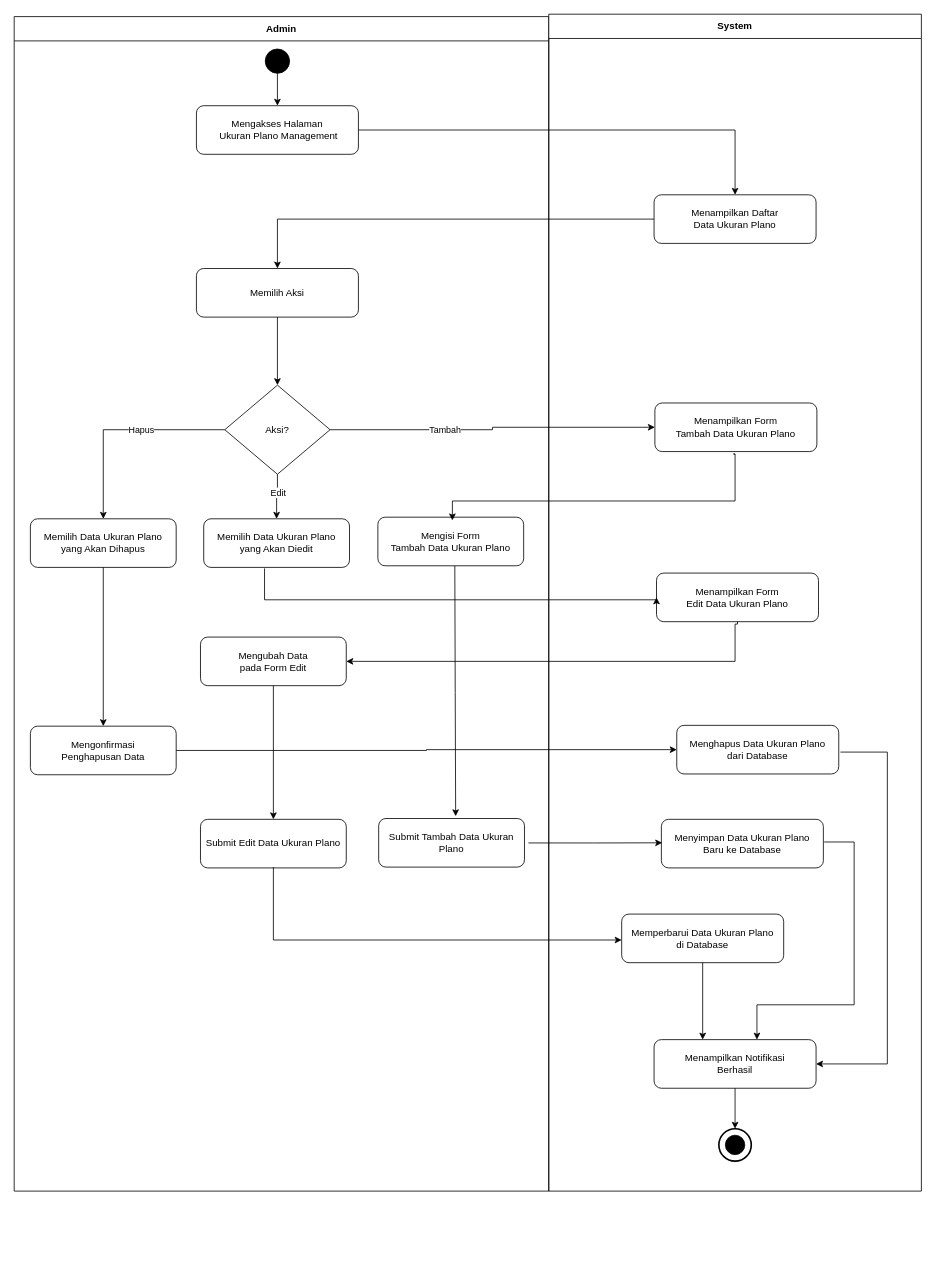
Earlier version of the draw.io diagram client/src/diagram/activity/AD_Admin_Mengelola_Ukuran_Plano.drawio (Fahrul23/BenuaKertasApps). Source tidied: cells renumbered, new cells numbered last; positions are measured from the earlier drawing's top-left corner, leaving out a move shared by most shapes. Both pictures are drawn from the tidied source at 81%, with x=0, y=0 at pixel (14, 14).
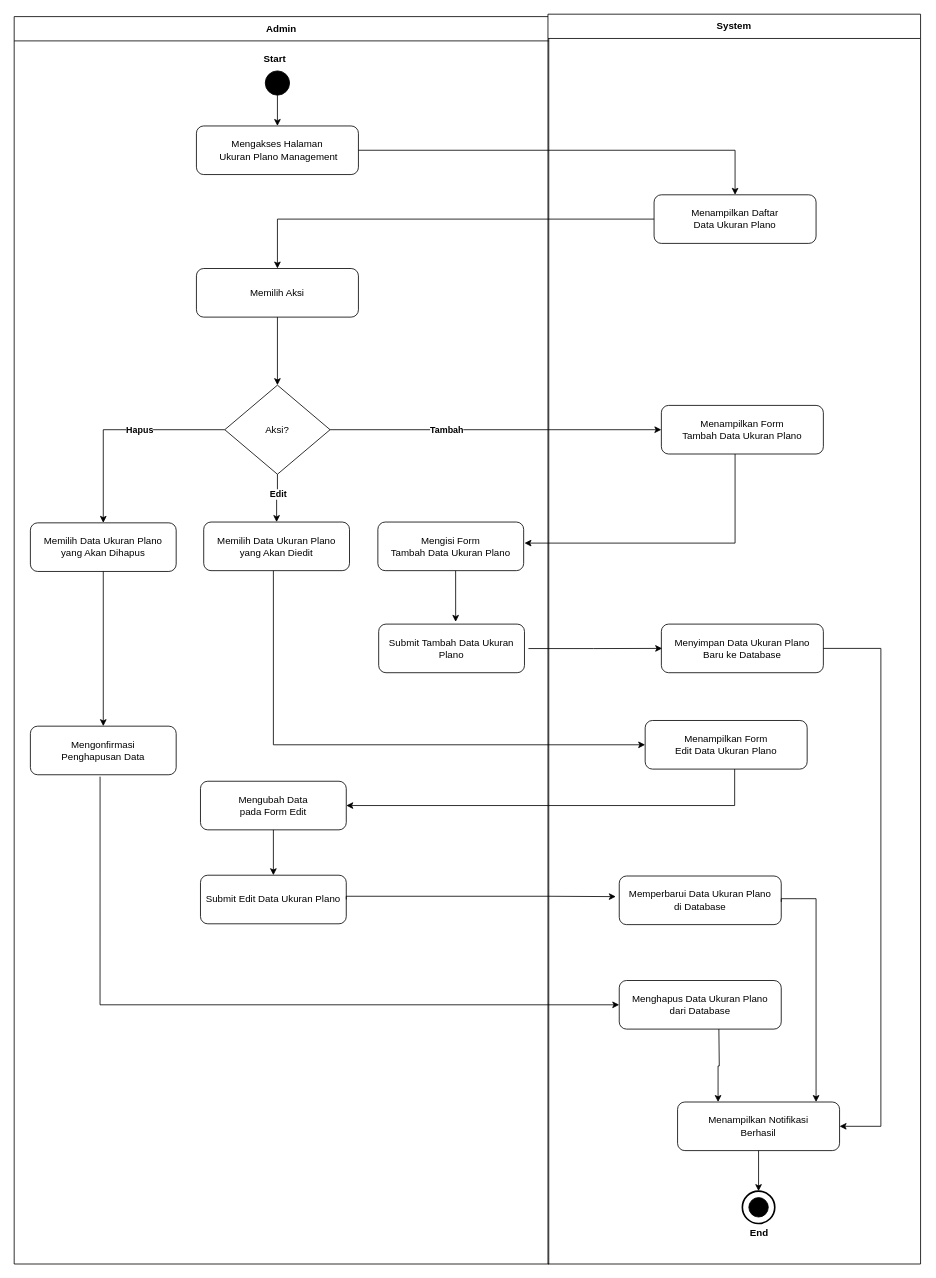
The same page after the edit.

The change refers to these unchanged cells:
```xml
<mxCell id="20" value="Aksi?" style="rhombus;whiteSpace=wrap;html=1;fillColor=#ffffff;strokeColor=#000000;fontColor=#000000;" parent="1" vertex="1">
  <mxGeometry x="260" y="458" width="130" height="110" as="geometry" />
</mxCell>
<mxCell id="25" value="Mengonfirmasi&lt;br&gt;Penghapusan Data" style="rounded=1;whiteSpace=wrap;html=1;fillColor=#ffffff;strokeColor=#000000;fontColor=#000000;" parent="1" vertex="1">
  <mxGeometry x="20" y="879" width="180" height="60" as="geometry" />
</mxCell>
<mxCell id="34" style="edgeStyle=orthogonalEdgeStyle;rounded=0;html=1;strokeColor=#000000;exitX=0.5;exitY=1;exitDx=0;exitDy=0;entryX=0.5;entryY=0;entryDx=0;entryDy=0;" parent="1" edge="1" source="20" target="22">
  <mxGeometry relative="1" as="geometry" />
</mxCell>
<mxCell id="36" style="edgeStyle=orthogonalEdgeStyle;rounded=0;html=1;strokeColor=#000000;exitX=0;exitY=0.5;exitDx=0;exitDy=0;entryX=0.5;entryY=0;entryDx=0;entryDy=0;" parent="1" edge="1" source="20" target="24">
  <mxGeometry relative="1" as="geometry">
    <Array as="points">
      <mxPoint x="110" y="513" />
      <mxPoint x="110" y="623" />
    </Array>
  </mxGeometry>
</mxCell>
```

Diff of the diagram source:
```diff
@@
     <mxCell id="2" value="Admin" style="swimlane;whiteSpace=wrap;html=1;startSize=30;fillColor=#ffffff;strokeColor=#000000;fontColor=#000000;fontStyle=1;" parent="1" vertex="1">
-      <mxGeometry y="3" width="660" height="1450" as="geometry" />
+      <mxGeometry y="3" width="660" height="1540" as="geometry" />
     </mxCell>
     <mxCell id="3" value="Submit Tambah Data Ukuran Plano" style="rounded=1;whiteSpace=wrap;html=1;fillColor=#ffffff;strokeColor=#000000;fontColor=#000000;" parent="2" vertex="1">
-      <mxGeometry x="450" y="990" width="180" height="60" as="geometry" />
+      <mxGeometry x="450" y="750" width="180" height="60" as="geometry" />
     </mxCell>
     <mxCell id="4" style="edgeStyle=orthogonalEdgeStyle;rounded=0;html=1;strokeColor=#000000;exitX=0.5;exitY=1;exitDx=0;exitDy=0;entryX=0.528;entryY=-0.046;entryDx=0;entryDy=0;entryPerimeter=0;" parent="2" edge="1" target="3">
       <mxGeometry relative="1" as="geometry">
         <mxPoint x="544" y="678" as="sourcePoint" />
+        <Array as="points">
+          <mxPoint x="545" y="678" />
+        </Array>
       </mxGeometry>
     </mxCell>
+    <mxCell id="47" value="&lt;b&gt;Start&lt;/b&gt;" style="text;html=1;whiteSpace=wrap;strokeColor=none;fillColor=none;align=center;verticalAlign=middle;rounded=0;" parent="2" vertex="1">
+      <mxGeometry x="292" y="38" width="60" height="30" as="geometry" />
+    </mxCell>
+    <mxCell id="48" style="edgeStyle=orthogonalEdgeStyle;rounded=0;html=1;strokeColor=#000000;exitX=0.5;exitY=1;exitDx=0;exitDy=0;entryX=0;entryY=0.5;entryDx=0;entryDy=0;" parent="2" edge="1" target="15">
+      <mxGeometry relative="1" as="geometry">
+        <mxPoint x="321.5" y="681" as="sourcePoint" />
+        <Array as="points">
+          <mxPoint x="320" y="681" />
+          <mxPoint x="320" y="899" />
+        </Array>
+      </mxGeometry>
+    </mxCell>
     <mxCell id="5" value="System" style="swimlane;whiteSpace=wrap;html=1;startSize=30;fillColor=#ffffff;strokeColor=#000000;fontColor=#000000;fontStyle=1;" parent="1" vertex="1">
-      <mxGeometry x="660" width="460" height="1453" as="geometry" />
+      <mxGeometry x="659" width="460" height="1543" as="geometry" />
     </mxCell>
     <mxCell id="6" value="Menampilkan Form&lt;br&gt;Tambah Data Ukuran Plano" style="rounded=1;whiteSpace=wrap;html=1;fillColor=#ffffff;strokeColor=#000000;fontColor=#000000;" parent="5" vertex="1">
-      <mxGeometry x="131" y="480" width="200" height="60" as="geometry" />
+      <mxGeometry x="140" y="483" width="200" height="60" as="geometry" />
     </mxCell>
     <mxCell id="7" value="Menyimpan Data Ukuran Plano&lt;br&gt;Baru ke Database" style="rounded=1;whiteSpace=wrap;html=1;fillColor=#ffffff;strokeColor=#000000;fontColor=#000000;" parent="5" vertex="1">
-      <mxGeometry x="139" y="994" width="200" height="60" as="geometry" />
+      <mxGeometry x="140" y="753" width="200" height="60" as="geometry" />
     </mxCell>
     <mxCell id="8" value="Memperbarui Data Ukuran Plano&lt;br&gt;di Database" style="rounded=1;whiteSpace=wrap;html=1;fillColor=#ffffff;strokeColor=#000000;fontColor=#000000;" parent="5" vertex="1">
-      <mxGeometry x="90" y="1111" width="200" height="60" as="geometry" />
+      <mxGeometry x="88" y="1064" width="200" height="60" as="geometry" />
     </mxCell>
+    <mxCell id="15" value="Menampilkan Form&lt;br&gt;Edit Data Ukuran Plano" style="rounded=1;whiteSpace=wrap;html=1;fillColor=#ffffff;strokeColor=#000000;fontColor=#000000;" parent="5" vertex="1">
+      <mxGeometry x="120" y="872" width="200" height="60" as="geometry" />
+    </mxCell>
+    <mxCell id="26" value="Menghapus Data Ukuran Plano&lt;br&gt;dari Database" style="rounded=1;whiteSpace=wrap;html=1;fillColor=#ffffff;strokeColor=#000000;fontColor=#000000;" parent="5" vertex="1">
+      <mxGeometry x="88" y="1193" width="200" height="60" as="geometry" />
+    </mxCell>
+    <mxCell id="49" style="edgeStyle=orthogonalEdgeStyle;rounded=0;html=1;strokeColor=#000000;exitX=0.5;exitY=1;exitDx=0;exitDy=0;entryX=1;entryY=0.5;entryDx=0;entryDy=0;" parent="5" edge="1" target="23">
+      <mxGeometry relative="1" as="geometry">
+        <mxPoint x="230.5" y="932" as="sourcePoint" />
+        <Array as="points">
+          <mxPoint x="231" y="932" />
+          <mxPoint x="231" y="977" />
+        </Array>
+      </mxGeometry>
+    </mxCell>
     <mxCell id="9" value="Menampilkan Notifikasi&lt;br&gt;Berhasil" style="rounded=1;whiteSpace=wrap;html=1;fillColor=#ffffff;strokeColor=#000000;fontColor=#000000;" parent="5" vertex="1">
-      <mxGeometry x="130" y="1266" width="200" height="60" as="geometry" />
+      <mxGeometry x="160" y="1343" width="200" height="60" as="geometry" />
     </mxCell>
     <mxCell id="10" style="ellipse;whiteSpace=wrap;html=1;strokeWidth=2;fillColor=#ffffff;strokeColor=#000000;" parent="5" vertex="1">
-      <mxGeometry x="210" y="1376" width="40" height="40" as="geometry" />
+      <mxGeometry x="240" y="1453" width="40" height="40" as="geometry" />
     </mxCell>
@@
+    <mxCell id="14" style="edgeStyle=orthogonalEdgeStyle;rounded=0;html=1;strokeColor=#000000;" parent="5" edge="1" source="9" target="10">
+      <mxGeometry relative="1" as="geometry" />
+    </mxCell>
-    <mxCell id="12" style="edgeStyle=orthogonalEdgeStyle;rounded=0;html=1;strokeColor=#000000;" parent="5" edge="1" target="9">
+    <mxCell id="12" style="edgeStyle=orthogonalEdgeStyle;rounded=0;html=1;strokeColor=#000000;exitX=1;exitY=0.5;exitDx=0;exitDy=0;" parent="5" edge="1" source="7" target="9">
       <mxGeometry relative="1" as="geometry">
-        <mxPoint x="340" y="1022" as="sourcePoint" />
         <Array as="points">
-          <mxPoint x="377" y="1022" />
-          <mxPoint x="377" y="1223" />
-          <mxPoint x="257" y="1223" />
+          <mxPoint x="411" y="783" />
+          <mxPoint x="411" y="1373" />
         </Array>
       </mxGeometry>
     </mxCell>
-    <mxCell id="13" style="edgeStyle=orthogonalEdgeStyle;rounded=0;html=1;strokeColor=#000000;" parent="5" edge="1" source="8" target="9">
-      <mxGeometry relative="1" as="geometry">
-        <Array as="points">
-          <mxPoint x="190" y="1290" />
-          <mxPoint x="190" y="1290" />
-        </Array>
-      </mxGeometry>
-    </mxCell>
-    <mxCell id="14" style="edgeStyle=orthogonalEdgeStyle;rounded=0;html=1;strokeColor=#000000;" parent="5" edge="1" source="9" target="10">
-      <mxGeometry relative="1" as="geometry" />
-    </mxCell>
-    <mxCell id="15" value="Menampilkan Form&lt;br&gt;Edit Data Ukuran Plano" style="rounded=1;whiteSpace=wrap;html=1;fillColor=#ffffff;strokeColor=#000000;fontColor=#000000;" parent="5" vertex="1">
-      <mxGeometry x="133" y="690" width="200" height="60" as="geometry" />
-    </mxCell>
+    <mxCell id="50" style="edgeStyle=orthogonalEdgeStyle;rounded=0;html=1;strokeColor=#000000;exitX=1;exitY=0.5;exitDx=0;exitDy=0;" parent="5" edge="1" target="9">
+      <mxGeometry relative="1" as="geometry">
+        <mxPoint x="288" y="1096" as="sourcePoint" />
+        <Array as="points">
+          <mxPoint x="288" y="1092" />
+          <mxPoint x="331" y="1092" />
+        </Array>
+      </mxGeometry>
+    </mxCell>
+    <mxCell id="51" style="edgeStyle=orthogonalEdgeStyle;rounded=0;html=1;strokeColor=#000000;exitX=0.5;exitY=1;exitDx=0;exitDy=0;entryX=0.25;entryY=0;entryDx=0;entryDy=0;" parent="5" edge="1" target="9">
+      <mxGeometry relative="1" as="geometry">
+        <mxPoint x="211" y="1253" as="sourcePoint" />
+      </mxGeometry>
+    </mxCell>
     <mxCell id="16" style="ellipse;whiteSpace=wrap;html=1;fillColor=#000000;strokeColor=#000000;" parent="1" vertex="1">
-      <mxGeometry x="310" y="43" width="30" height="30" as="geometry" />
+      <mxGeometry x="310" y="70" width="30" height="30" as="geometry" />
     </mxCell>
     <mxCell id="17" value="Mengakses Halaman&lt;br&gt;&amp;nbsp;Ukuran Plano Management" style="rounded=1;whiteSpace=wrap;html=1;fillColor=#ffffff;strokeColor=#000000;fontColor=#000000;" parent="1" vertex="1">
-      <mxGeometry x="225" y="113" width="200" height="60" as="geometry" />
+      <mxGeometry x="225" y="138" width="200" height="60" as="geometry" />
     </mxCell>
@@
     <mxCell id="21" value="Mengisi Form&lt;br&gt;Tambah Data Ukuran Plano" style="rounded=1;whiteSpace=wrap;html=1;fillColor=#ffffff;strokeColor=#000000;fontColor=#000000;" parent="1" vertex="1">
-      <mxGeometry x="449" y="621" width="180" height="60" as="geometry" />
+      <mxGeometry x="449" y="627" width="180" height="60" as="geometry" />
     </mxCell>
     <mxCell id="22" value="Memilih Data Ukuran Plano&lt;br&gt;yang Akan Diedit" style="rounded=1;whiteSpace=wrap;html=1;fillColor=#ffffff;strokeColor=#000000;fontColor=#000000;" parent="1" vertex="1">
-      <mxGeometry x="234" y="623" width="180" height="60" as="geometry" />
+      <mxGeometry x="234" y="627" width="180" height="60" as="geometry" />
     </mxCell>
     <mxCell id="23" value="Mengubah Data&lt;br&gt;pada Form Edit" style="rounded=1;whiteSpace=wrap;html=1;fillColor=#ffffff;strokeColor=#000000;fontColor=#000000;" parent="1" vertex="1">
-      <mxGeometry x="230" y="769" width="180" height="60" as="geometry" />
+      <mxGeometry x="230" y="947" width="180" height="60" as="geometry" />
     </mxCell>
     <mxCell id="24" value="Memilih Data Ukuran Plano&lt;br&gt;yang Akan Dihapus" style="rounded=1;whiteSpace=wrap;html=1;fillColor=#ffffff;strokeColor=#000000;fontColor=#000000;" parent="1" vertex="1">
-      <mxGeometry x="20" y="623" width="180" height="60" as="geometry" />
+      <mxGeometry x="20" y="628" width="180" height="60" as="geometry" />
     </mxCell>
@@
-    <mxCell id="26" value="Menghapus Data Ukuran Plano&lt;br&gt;dari Database" style="rounded=1;whiteSpace=wrap;html=1;fillColor=#ffffff;strokeColor=#000000;fontColor=#000000;" parent="1" vertex="1">
-      <mxGeometry x="818" y="878" width="200" height="60" as="geometry" />
-    </mxCell>
     <mxCell id="27" value="Submit Edit Data Ukuran Plano" style="rounded=1;whiteSpace=wrap;html=1;fillColor=#ffffff;strokeColor=#000000;fontColor=#000000;" parent="1" vertex="1">
-      <mxGeometry x="230" y="994" width="180" height="60" as="geometry" />
+      <mxGeometry x="230" y="1063" width="180" height="60" as="geometry" />
     </mxCell>
@@
     <mxCell id="32" style="edgeStyle=orthogonalEdgeStyle;rounded=0;html=1;strokeColor=#000000;exitX=1;exitY=0.5;exitDx=0;exitDy=0;entryX=0;entryY=0.5;entryDx=0;entryDy=0;" parent="1" edge="1" source="20" target="6">
-      <mxGeometry relative="1" as="geometry" />
+      <mxGeometry relative="1" as="geometry">
+        <Array as="points">
+          <mxPoint x="791" y="513" />
+        </Array>
+      </mxGeometry>
     </mxCell>
-    <mxCell id="33" value="Tambah" style="edgeLabel;html=1;align=center;verticalAlign=middle;" parent="32" vertex="1">
+    <mxCell id="33" value="&lt;b&gt;Tambah&lt;/b&gt;" style="edgeLabel;html=1;align=center;verticalAlign=middle;" parent="32" vertex="1">
       <mxGeometry x="-0.3" relative="1" as="geometry" />
     </mxCell>
@@
-    <mxCell id="35" value="Edit" style="edgeLabel;html=1;align=center;verticalAlign=middle;" parent="34" vertex="1">
+    <mxCell id="35" value="Edit" style="edgeLabel;html=1;align=center;verticalAlign=middle;fontStyle=1;" parent="34" vertex="1">
       <mxGeometry x="-0.2" relative="1" as="geometry" />
     </mxCell>
@@
-    <mxCell id="37" value="Hapus" style="edgeLabel;html=1;align=center;verticalAlign=middle;" parent="36" vertex="1">
+    <mxCell id="37" value="&lt;b&gt;Hapus&lt;/b&gt;" style="edgeLabel;html=1;align=center;verticalAlign=middle;" parent="36" vertex="1">
       <mxGeometry x="-0.2" relative="1" as="geometry" />
     </mxCell>
     <mxCell id="38" style="edgeStyle=orthogonalEdgeStyle;rounded=0;html=1;strokeColor=#000000;" parent="1" edge="1">
       <mxGeometry relative="1" as="geometry">
         <mxPoint x="890" y="543" as="sourcePoint" />
-        <mxPoint x="541" y="625" as="targetPoint" />
+        <mxPoint x="630" y="653" as="targetPoint" />
         <Array as="points">
-          <mxPoint x="888" y="543" />
-          <mxPoint x="890" y="543" />
-          <mxPoint x="890" y="601" />
-          <mxPoint x="541" y="601" />
+          <mxPoint x="890" y="653" />
         </Array>
       </mxGeometry>
     </mxCell>
-    <mxCell id="39" style="edgeStyle=orthogonalEdgeStyle;rounded=0;html=1;strokeColor=#000000;exitX=0.467;exitY=0.97;exitDx=0;exitDy=0;exitPerimeter=0;entryX=0;entryY=0.5;entryDx=0;entryDy=0;" parent="1" edge="1" target="15">
-      <mxGeometry relative="1" as="geometry">
-        <mxPoint x="309.1" y="684.2" as="sourcePoint" />
-        <Array as="points">
-          <mxPoint x="309" y="723" />
-        </Array>
-      </mxGeometry>
-    </mxCell>
-    <mxCell id="40" style="edgeStyle=orthogonalEdgeStyle;rounded=0;html=1;strokeColor=#000000;entryX=1;entryY=0.5;entryDx=0;entryDy=0;exitX=0.5;exitY=1;exitDx=0;exitDy=0;" parent="1" edge="1" source="15" target="23">
-      <mxGeometry relative="1" as="geometry">
-        <Array as="points">
-          <mxPoint x="890" y="753" />
-          <mxPoint x="890" y="799" />
-        </Array>
-      </mxGeometry>
-    </mxCell>
@@
-    <mxCell id="42" style="edgeStyle=orthogonalEdgeStyle;rounded=0;html=1;strokeColor=#000000;exitX=1;exitY=0.5;exitDx=0;exitDy=0;entryX=0;entryY=0.5;entryDx=0;entryDy=0;" parent="1" edge="1" source="25" target="26">
-      <mxGeometry relative="1" as="geometry" />
+    <mxCell id="42" style="edgeStyle=orthogonalEdgeStyle;rounded=0;html=1;strokeColor=#000000;exitX=0.478;exitY=1.039;exitDx=0;exitDy=0;entryX=0;entryY=0.5;entryDx=0;entryDy=0;exitPerimeter=0;" parent="1" edge="1" source="25" target="26">
+      <mxGeometry relative="1" as="geometry">
+        <Array as="points">
+          <mxPoint x="106" y="1223" />
+        </Array>
+      </mxGeometry>
     </mxCell>
@@
-    <mxCell id="44" style="edgeStyle=orthogonalEdgeStyle;rounded=0;html=1;strokeColor=#000000;" parent="1" edge="1" target="8">
+    <mxCell id="44" style="edgeStyle=orthogonalEdgeStyle;rounded=0;html=1;strokeColor=#000000;exitX=1;exitY=0.5;exitDx=0;exitDy=0;entryX=-0.021;entryY=0.424;entryDx=0;entryDy=0;entryPerimeter=0;" parent="1" edge="1" source="27" target="8">
       <mxGeometry relative="1" as="geometry">
-        <mxPoint x="320" y="1053" as="sourcePoint" />
         <Array as="points">
-          <mxPoint x="320" y="1143" />
+          <mxPoint x="410" y="1089" />
+          <mxPoint x="660" y="1089" />
         </Array>
       </mxGeometry>
     </mxCell>
-    <mxCell id="45" style="edgeStyle=orthogonalEdgeStyle;rounded=0;html=1;strokeColor=#000000;" parent="1" edge="1">
-      <mxGeometry relative="1" as="geometry">
-        <mxPoint x="1020" y="911" as="sourcePoint" />
-        <mxPoint x="990" y="1296" as="targetPoint" />
-        <Array as="points">
-          <mxPoint x="1078" y="911" />
-          <mxPoint x="1078" y="1296" />
-        </Array>
-      </mxGeometry>
-    </mxCell>
     <mxCell id="46" style="edgeStyle=orthogonalEdgeStyle;rounded=0;html=1;strokeColor=#000000;exitX=1.027;exitY=0.503;exitDx=0;exitDy=0;exitPerimeter=0;" parent="1" edge="1" source="3">
       <mxGeometry relative="1" as="geometry">
-        <mxPoint x="800" y="1023" as="targetPoint" />
+        <mxPoint x="800" y="783" as="targetPoint" />
       </mxGeometry>
     </mxCell>
+    <mxCell id="52" value="&lt;b&gt;End&lt;/b&gt;" style="text;html=1;whiteSpace=wrap;strokeColor=none;fillColor=none;align=center;verticalAlign=middle;rounded=0;" parent="1" vertex="1">
+      <mxGeometry x="890" y="1490" width="60" height="30" as="geometry" />
+    </mxCell>
```
